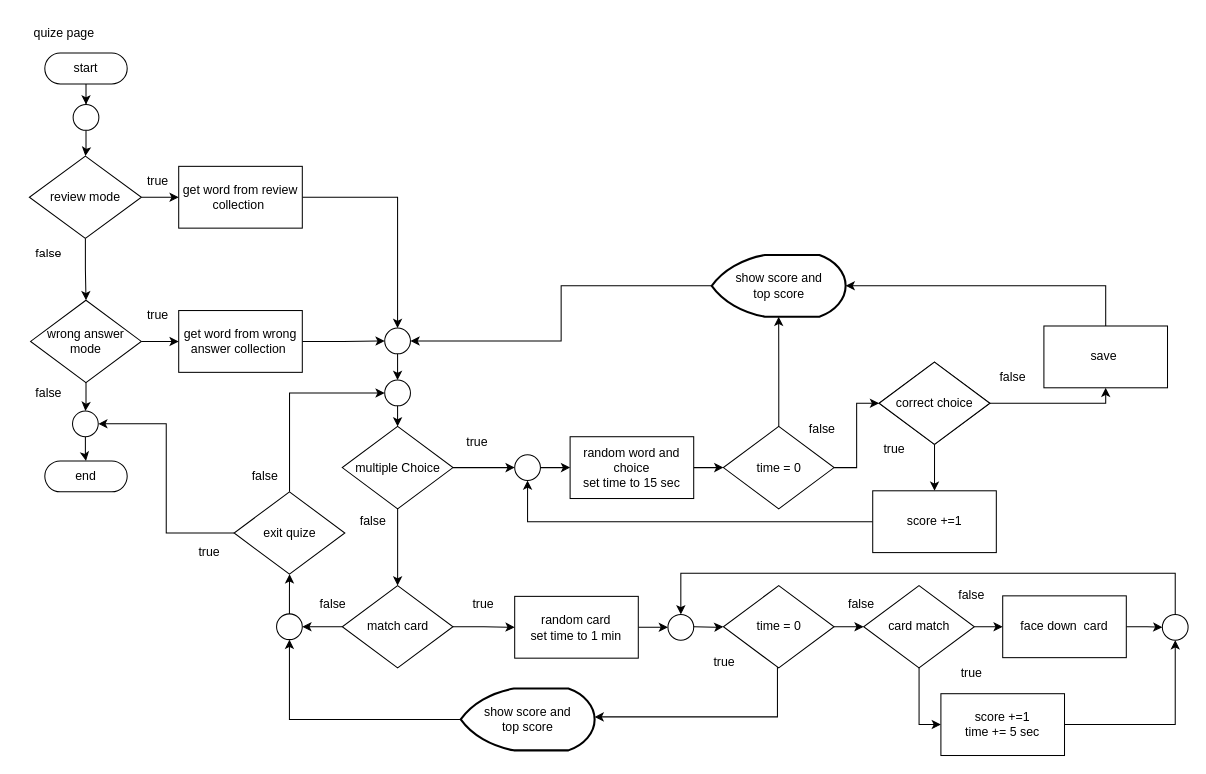
Earlier version of the draw.io diagram page "หน้า-3" (3 of 4) of FowChart.drawio (RachataS/translate_quize_demo). Source tidied: cells renumbered, new cells numbered last; positions are measured from the earlier drawing's top-left corner, leaving out a move shared by most shapes. Both pictures are drawn from the tidied source at 103%, with x=0, y=0 at pixel (18, 18).
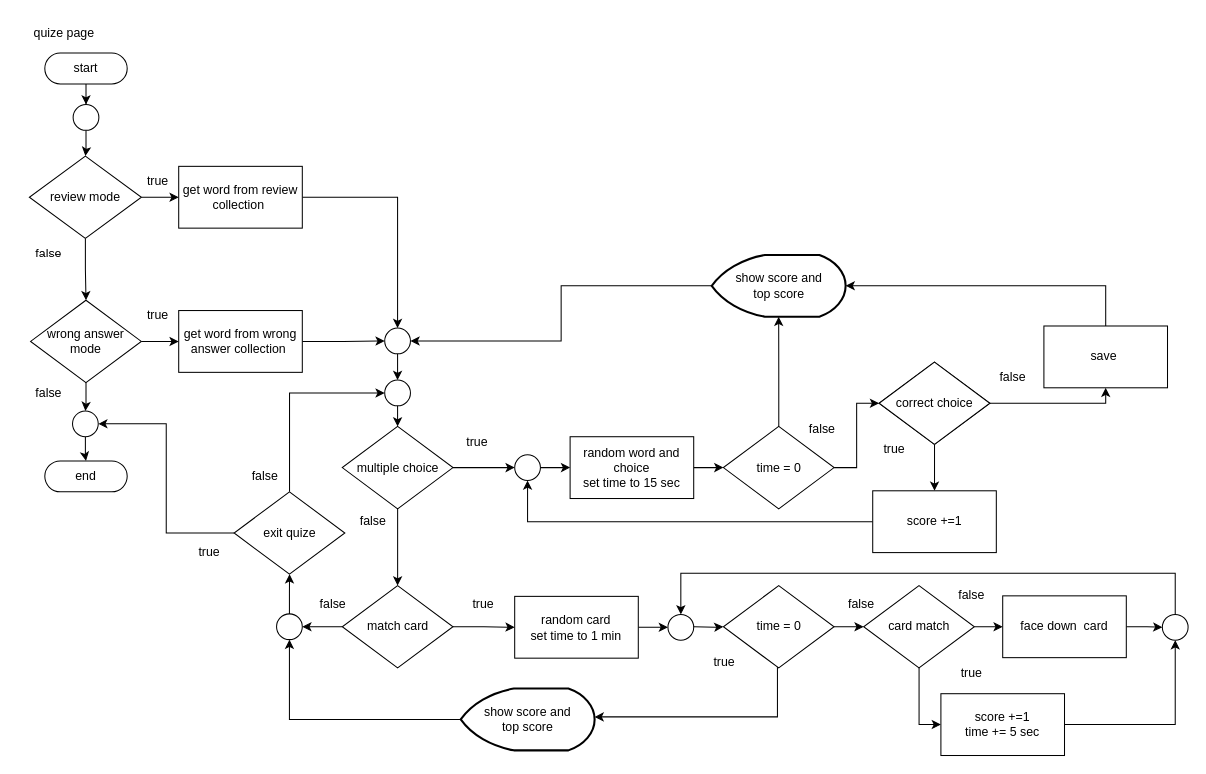
The same diagram, later.

Change to the diagram source:
```diff
@@
-    <mxCell id="24" value="multiple Choice" style="rhombus;whiteSpace=wrap;html=1;dashed=0;" parent="1" vertex="1">
+    <mxCell id="24" value="multiple choice" style="rhombus;whiteSpace=wrap;html=1;dashed=0;" parent="1" vertex="1">
       <mxGeometry x="314.8" y="396.5" width="107.5" height="80" as="geometry" />
     </mxCell>
```
